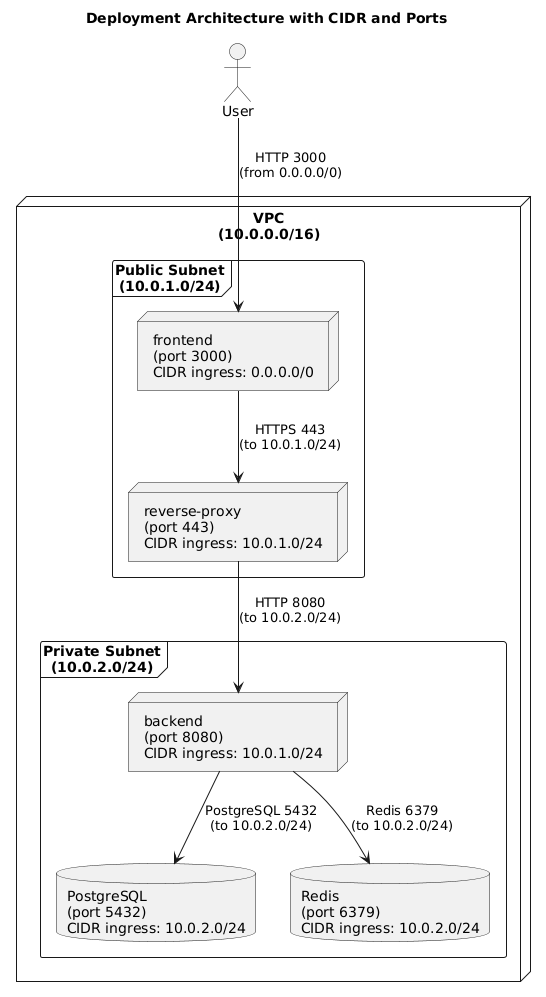
Earlier version of the PlantUML export config/diagram.png (iviul/Milestone-2). Its diagram source:
```plantuml
@startuml
title Deployment Architecture with CIDR and Ports

skinparam rectangle {
  StereotypeFontColor black
  StereotypeFontSize 12
}

actor User

node "VPC\n(10.0.0.0/16)" {
  frame "Public Subnet\n(10.0.1.0/24)" {
    node "frontend\n(port 3000)\nCIDR ingress: 0.0.0.0/0" as frontend
    node "reverse-proxy\n(port 443)\nCIDR ingress: 10.0.1.0/24" as proxy
  }

  frame "Private Subnet\n(10.0.2.0/24)" {
    node "backend\n(port 8080)\nCIDR ingress: 10.0.1.0/24" as backend
    database "PostgreSQL\n(port 5432)\nCIDR ingress: 10.0.2.0/24" as db
    database "Redis\n(port 6379)\nCIDR ingress: 10.0.2.0/24" as redis
  }
}

User --> frontend : HTTP 3000\n(from 0.0.0.0/0)
frontend --> proxy : HTTPS 443\n(to 10.0.1.0/24)
proxy --> backend : HTTP 8080\n(to 10.0.2.0/24)
backend --> db : PostgreSQL 5432\n(to 10.0.2.0/24)
backend --> redis : Redis 6379\n(to 10.0.2.0/24)
@enduml
```
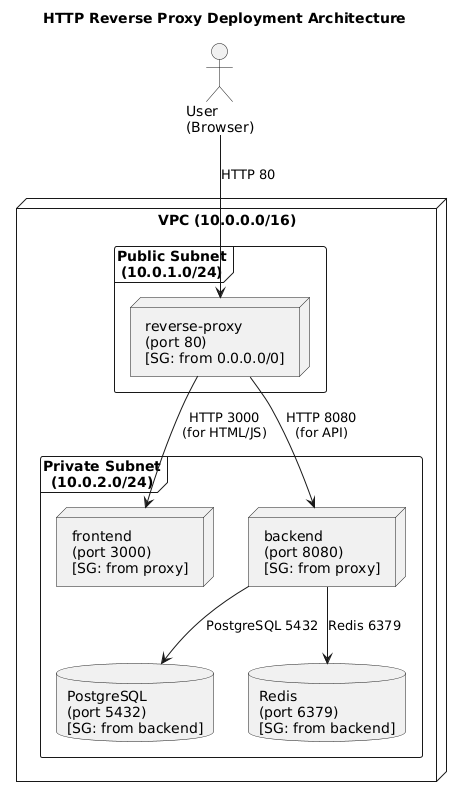
After the commit.

Commit message:
Finish config with diagram

The edit, as a diff of the source:
```diff
@@ -1,29 +1,30 @@
 @startuml
-title Deployment Architecture with CIDR and Ports
+title HTTP Reverse Proxy Deployment Architecture
 
 skinparam rectangle {
   StereotypeFontColor black
   StereotypeFontSize 12
 }
 
-actor User
+actor "User\n(Browser)" as user
 
-node "VPC\n(10.0.0.0/16)" {
+node "VPC (10.0.0.0/16)" {
+
   frame "Public Subnet\n(10.0.1.0/24)" {
-    node "frontend\n(port 3000)\nCIDR ingress: 0.0.0.0/0" as frontend
-    node "reverse-proxy\n(port 443)\nCIDR ingress: 10.0.1.0/24" as proxy
+    node "reverse-proxy\n(port 80)\n[SG: from 0.0.0.0/0]" as proxy
   }
 
   frame "Private Subnet\n(10.0.2.0/24)" {
-    node "backend\n(port 8080)\nCIDR ingress: 10.0.1.0/24" as backend
-    database "PostgreSQL\n(port 5432)\nCIDR ingress: 10.0.2.0/24" as db
-    database "Redis\n(port 6379)\nCIDR ingress: 10.0.2.0/24" as redis
+    node "frontend\n(port 3000)\n[SG: from proxy]" as frontend
+    node "backend\n(port 8080)\n[SG: from proxy]" as backend
+    database "PostgreSQL\n(port 5432)\n[SG: from backend]" as db
+    database "Redis\n(port 6379)\n[SG: from backend]" as redis
   }
 }
 
-User --> frontend : HTTP 3000\n(from 0.0.0.0/0)
-frontend --> proxy : HTTPS 443\n(to 10.0.1.0/24)
-proxy --> backend : HTTP 8080\n(to 10.0.2.0/24)
-backend --> db : PostgreSQL 5432\n(to 10.0.2.0/24)
-backend --> redis : Redis 6379\n(to 10.0.2.0/24)
+user --> proxy : HTTP 80
+proxy --> frontend : HTTP 3000\n(for HTML/JS)
+proxy --> backend : HTTP 8080\n(for API)
+backend --> db : PostgreSQL 5432
+backend --> redis : Redis 6379
 @enduml
```
